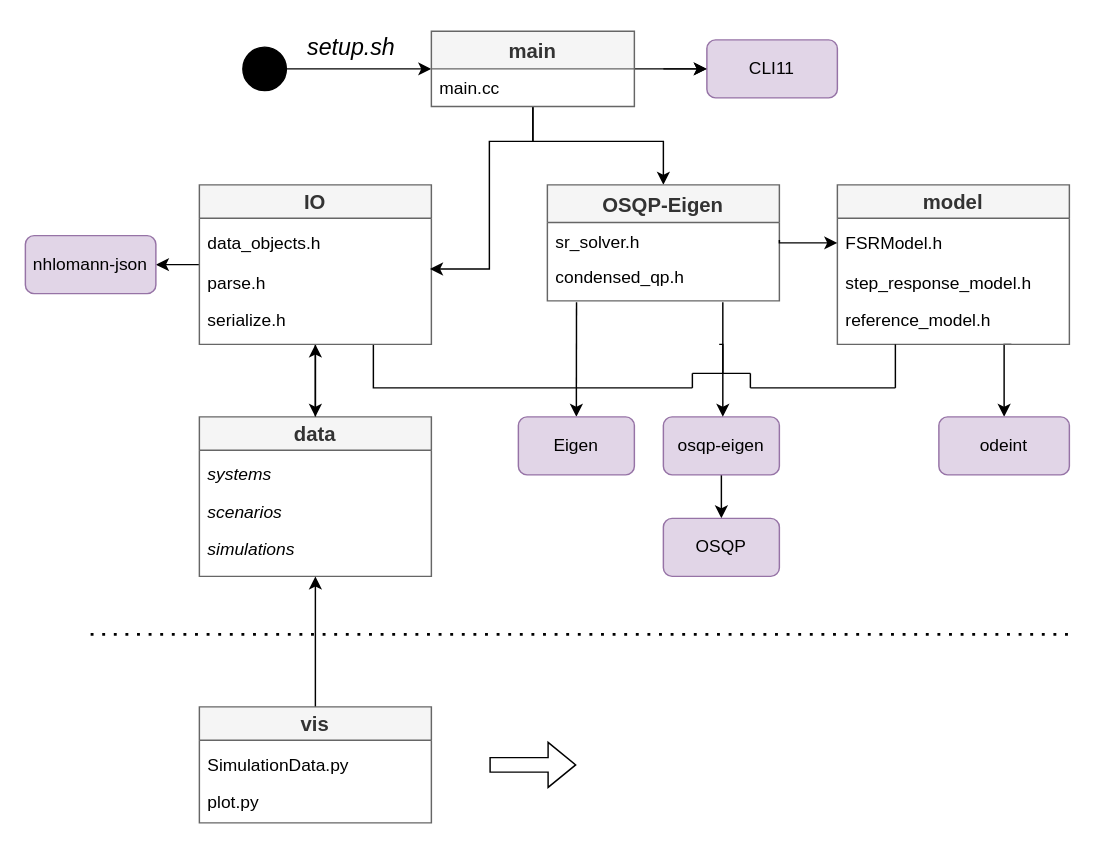
This is fig/module_diagram.drawio from gotvinne/Light-weight-MPC, a draw.io file, before an edit. Source tidied: cells renumbered, new cells numbered last; positions are measured from the earlier drawing's top-left corner, leaving out a move shared by most shapes. Both pictures are drawn from the tidied source at 145%, with x=0, y=0 at pixel (25, 25).
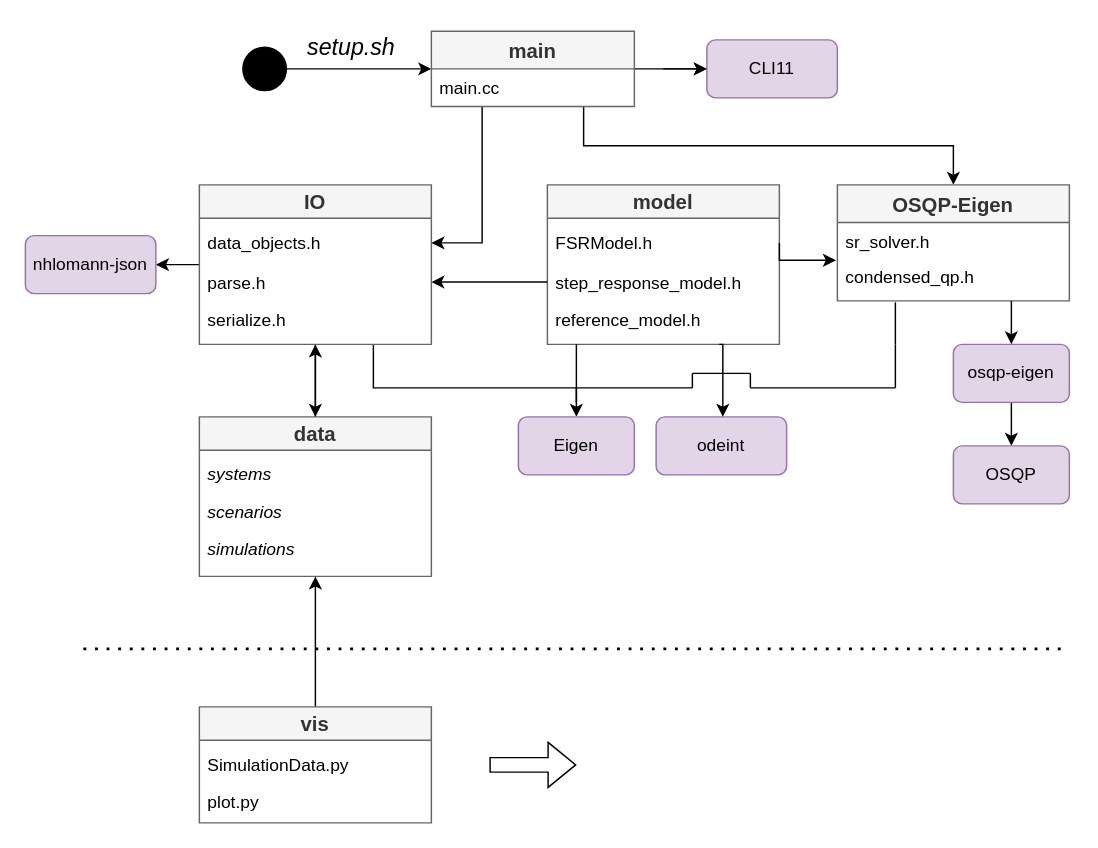
The same page after the edit.

The change refers to these unchanged cells:
```xml
<mxCell id="11" value="data_objects.h" style="text;strokeColor=none;fillColor=none;align=left;verticalAlign=top;spacingLeft=4;spacingRight=4;overflow=hidden;points=[[0,0.5],[1,0.5]];portConstraint=eastwest;fontSize=12;" parent="10" vertex="1">
  <mxGeometry y="27" width="160" height="26" as="geometry" />
</mxCell>
<mxCell id="12" value="parse.h&#10;" style="text;strokeColor=none;fillColor=none;align=left;verticalAlign=top;spacingLeft=4;spacingRight=4;overflow=hidden;points=[[0,0.5],[1,0.5]];portConstraint=eastwest;fontSize=12;" parent="10" vertex="1">
  <mxGeometry y="54" width="160" height="26" as="geometry" />
</mxCell>
<mxCell id="20" value="FSRModel.h" style="text;strokeColor=none;fillColor=none;align=left;verticalAlign=top;spacingLeft=4;spacingRight=4;overflow=hidden;points=[[0,0.5],[1,0.5]];portConstraint=eastwest;fontSize=12;" parent="19" vertex="1">
  <mxGeometry y="27" width="160" height="26" as="geometry" />
</mxCell>
<mxCell id="21" value="step_response_model.h" style="text;strokeColor=none;fillColor=none;align=left;verticalAlign=top;spacingLeft=4;spacingRight=4;overflow=hidden;points=[[0,0.5],[1,0.5]];portConstraint=eastwest;fontSize=12;" parent="19" vertex="1">
  <mxGeometry y="54" width="160" height="26" as="geometry" />
</mxCell>
<mxCell id="38" value="main" style="swimlane;fontStyle=1;horizontal=1;startSize=26;fillColor=#f5f5f5;fontSize=14;fontColor=#333333;strokeColor=#666666;" parent="1" vertex="1">
  <mxGeometry x="280" y="4" width="140" height="52" as="geometry" />
</mxCell>
<mxCell id="41" value="sr_solver.h" style="text;strokeColor=none;fillColor=none;align=left;verticalAlign=top;spacingLeft=4;spacingRight=4;overflow=hidden;points=[[0,0.5],[1,0.5]];portConstraint=eastwest;fontSize=12;" parent="40" vertex="1">
  <mxGeometry y="26" width="160" height="24" as="geometry" />
</mxCell>
<mxCell id="42" value="condensed_qp.h" style="text;strokeColor=none;fillColor=none;align=left;verticalAlign=top;spacingLeft=4;spacingRight=4;overflow=hidden;points=[[0,0.5],[1,0.5]];portConstraint=eastwest;fontSize=12;" parent="40" vertex="1">
  <mxGeometry y="50" width="160" height="30" as="geometry" />
</mxCell>
```

What changed in the source:
```diff
@@
-    <mxCell id="18" style="edgeStyle=orthogonalEdgeStyle;rounded=0;jettySize=auto;html=1;exitX=0.75;exitY=1;exitDx=0;exitDy=0;entryX=0.5;entryY=0;entryDx=0;entryDy=0;fontSize=14;endArrow=classic;endFill=1;" parent="1" edge="1" source="19" target="33">
-      <mxGeometry relative="1" as="geometry">
-        <Array as="points">
-          <mxPoint x="675" y="220" />
-        </Array>
-      </mxGeometry>
-    </mxCell>
     <mxCell id="19" value="&lt;font style=&quot;font-size: 14px;&quot;&gt;model&lt;/font&gt;" style="swimlane;whiteSpace=wrap;html=1;fillColor=#f5f5f5;fontColor=#333333;strokeColor=#666666;" parent="1" vertex="1">
-      <mxGeometry x="560" y="110" width="160" height="110" as="geometry" />
+      <mxGeometry x="360" y="110" width="160" height="110" as="geometry" />
     </mxCell>
@@
     <mxCell id="25" value="osqp-eigen" style="rounded=1;whiteSpace=wrap;html=1;fillColor=#e1d5e7;strokeColor=#9673a6;" parent="1" vertex="1">
-      <mxGeometry x="440" y="270" width="80" height="40" as="geometry" />
+      <mxGeometry x="640" y="220" width="80" height="40" as="geometry" />
     </mxCell>
     <mxCell id="26" value="OSQP" style="rounded=1;whiteSpace=wrap;html=1;fillColor=#e1d5e7;strokeColor=#9673a6;" parent="1" vertex="1">
-      <mxGeometry x="440" y="340" width="80" height="40" as="geometry" />
+      <mxGeometry x="640" y="290" width="80" height="40" as="geometry" />
     </mxCell>
@@
     <mxCell id="33" value="odeint" style="rounded=1;whiteSpace=wrap;html=1;fillColor=#e1d5e7;strokeColor=#9673a6;" parent="1" vertex="1">
-      <mxGeometry x="630" y="270" width="90" height="40" as="geometry" />
+      <mxGeometry x="435" y="270" width="90" height="40" as="geometry" />
     </mxCell>
-    <mxCell id="34" style="endArrow=none;dashed=1;html=1;dashPattern=1 3;strokeWidth=2;rounded=0;fontSize=16;" parent="1" edge="1">
-      <mxGeometry relative="1" as="geometry">
-        <mxPoint x="45" y="420" as="sourcePoint" />
-        <mxPoint x="720" y="420" as="targetPoint" />
-      </mxGeometry>
-    </mxCell>
@@
-    <mxCell id="36" style="edgeStyle=orthogonalEdgeStyle;rounded=0;jettySize=auto;html=1;exitX=0.5;exitY=1;exitDx=0;exitDy=0;entryX=0.994;entryY=0.154;entryDx=0;entryDy=0;entryPerimeter=0;fontSize=12;" parent="1" edge="1" source="38" target="12">
-      <mxGeometry relative="1" as="geometry">
-        <Array as="points">
-          <mxPoint x="350" y="80" />
-          <mxPoint x="320" y="80" />
-          <mxPoint x="320" y="168" />
-        </Array>
-      </mxGeometry>
-    </mxCell>
+    <mxCell id="55" style="edgeStyle=orthogonalEdgeStyle;rounded=0;jettySize=auto;html=1;exitX=0.25;exitY=1;exitDx=0;exitDy=0;entryX=1;entryY=0.5;entryDx=0;entryDy=0;fontSize=14;endArrow=classic;endFill=1;" parent="1" edge="1" source="38" target="11">
+      <mxGeometry relative="1" as="geometry" />
+    </mxCell>
-    <mxCell id="37" style="edgeStyle=orthogonalEdgeStyle;rounded=0;jettySize=auto;html=1;exitX=0.5;exitY=1;exitDx=0;exitDy=0;entryX=0.5;entryY=0;entryDx=0;entryDy=0;fontSize=14;endArrow=classic;endFill=1;" parent="1" edge="1" source="38" target="40">
-      <mxGeometry relative="1" as="geometry">
-        <Array as="points">
-          <mxPoint x="350" y="80" />
-          <mxPoint x="440" y="80" />
-        </Array>
-      </mxGeometry>
+    <mxCell id="37" style="edgeStyle=orthogonalEdgeStyle;rounded=0;jettySize=auto;html=1;exitX=0.75;exitY=1;exitDx=0;exitDy=0;entryX=0.5;entryY=0;entryDx=0;entryDy=0;fontSize=14;endArrow=classic;endFill=1;" parent="1" edge="1" source="38" target="40">
+      <mxGeometry relative="1" as="geometry" />
     </mxCell>
@@
     <mxCell id="40" value="OSQP-Eigen" style="swimlane;fontStyle=1;horizontal=1;startSize=26;fillColor=#f5f5f5;fontSize=14;fontColor=#333333;strokeColor=#666666;" parent="1" vertex="1">
-      <mxGeometry x="360" y="110" width="160" height="80" as="geometry" />
+      <mxGeometry x="560" y="110" width="160" height="80" as="geometry" />
     </mxCell>
@@
-    <mxCell id="52" style="endArrow=none;html=1;rounded=0;fontSize=14;entryX=0.113;entryY=1.033;entryDx=0;entryDy=0;entryPerimeter=0;" parent="1" edge="1">
-      <mxGeometry relative="1" as="geometry">
-        <mxPoint x="380" y="250" as="sourcePoint" />
-        <mxPoint x="380.1" y="191" as="targetPoint" />
-      </mxGeometry>
-    </mxCell>
-    <mxCell id="53" style="endArrow=none;html=1;rounded=0;fontSize=14;entryX=0.744;entryY=1.033;entryDx=0;entryDy=0;entryPerimeter=0;" parent="1" edge="1">
-      <mxGeometry relative="1" as="geometry">
-        <mxPoint x="481" y="240" as="sourcePoint" />
-        <mxPoint x="481" y="191" as="targetPoint" />
-      </mxGeometry>
-    </mxCell>
-    <mxCell id="54" style="edgeStyle=orthogonalEdgeStyle;rounded=0;jettySize=auto;html=1;exitX=1;exitY=0.5;exitDx=0;exitDy=0;entryX=0;entryY=0.5;entryDx=0;entryDy=0;fontSize=14;endArrow=classic;endFill=1;" parent="1" edge="1" source="41" target="20">
-      <mxGeometry relative="1" as="geometry">
-        <Array as="points">
-          <mxPoint x="520" y="150" />
-        </Array>
-      </mxGeometry>
-    </mxCell>
+    <mxCell id="56" style="edgeStyle=orthogonalEdgeStyle;rounded=0;jettySize=auto;html=1;exitX=0;exitY=0.5;exitDx=0;exitDy=0;entryX=1;entryY=0.5;entryDx=0;entryDy=0;fontSize=14;endArrow=classic;endFill=1;" parent="1" edge="1" source="21" target="12">
+      <mxGeometry relative="1" as="geometry" />
+    </mxCell>
+    <mxCell id="57" style="endArrow=none;html=1;rounded=0;fontSize=14;" parent="1" edge="1">
+      <mxGeometry relative="1" as="geometry">
+        <mxPoint x="380" y="260" as="sourcePoint" />
+        <mxPoint x="380" y="220" as="targetPoint" />
+      </mxGeometry>
+    </mxCell>
+    <mxCell id="58" style="edgeStyle=orthogonalEdgeStyle;rounded=0;jettySize=auto;html=1;exitX=1;exitY=0.5;exitDx=0;exitDy=0;entryX=-0.006;entryY=0.067;entryDx=0;entryDy=0;entryPerimeter=0;fontSize=14;endArrow=classic;endFill=1;" parent="1" edge="1" source="20" target="42">
+      <mxGeometry relative="1" as="geometry">
+        <Array as="points">
+          <mxPoint x="520" y="162" />
+        </Array>
+      </mxGeometry>
+    </mxCell>
+    <mxCell id="59" style="endArrow=none;html=1;rounded=0;fontSize=14;entryX=0.25;entryY=1.033;entryDx=0;entryDy=0;entryPerimeter=0;" parent="1" edge="1" target="42">
+      <mxGeometry relative="1" as="geometry">
+        <mxPoint x="600" y="220" as="sourcePoint" />
+      </mxGeometry>
+    </mxCell>
+    <mxCell id="60" style="endArrow=classic;html=1;rounded=0;fontSize=14;entryX=0.5;entryY=0;entryDx=0;entryDy=0;" parent="1" edge="1" target="25">
+      <mxGeometry relative="1" as="geometry">
+        <mxPoint x="680" y="190" as="sourcePoint" />
+      </mxGeometry>
+    </mxCell>
+    <mxCell id="61" style="endArrow=none;dashed=1;html=1;dashPattern=1 3;strokeWidth=2;rounded=0;fontSize=14;" parent="1" edge="1">
+      <mxGeometry relative="1" as="geometry">
+        <mxPoint x="40" y="430" as="sourcePoint" />
+        <mxPoint x="720" y="430" as="targetPoint" />
+      </mxGeometry>
+    </mxCell>
```
